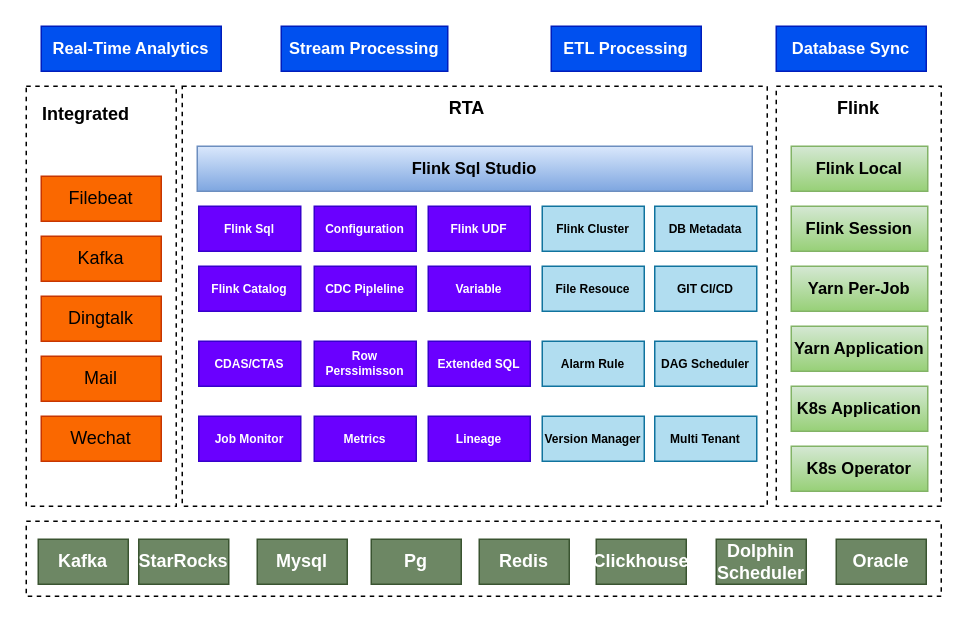
The draw.io diagram 云原生/流批一体大数据平台.drawio in Msimplehub/abbysun, before the edit. Source tidied: cells renumbered, new cells numbered last; positions are measured from the earlier drawing's top-left corner, leaving out a move shared by most shapes. Both pictures are drawn from the tidied source at 150%, with x=0, y=0 at pixel (26, 26).
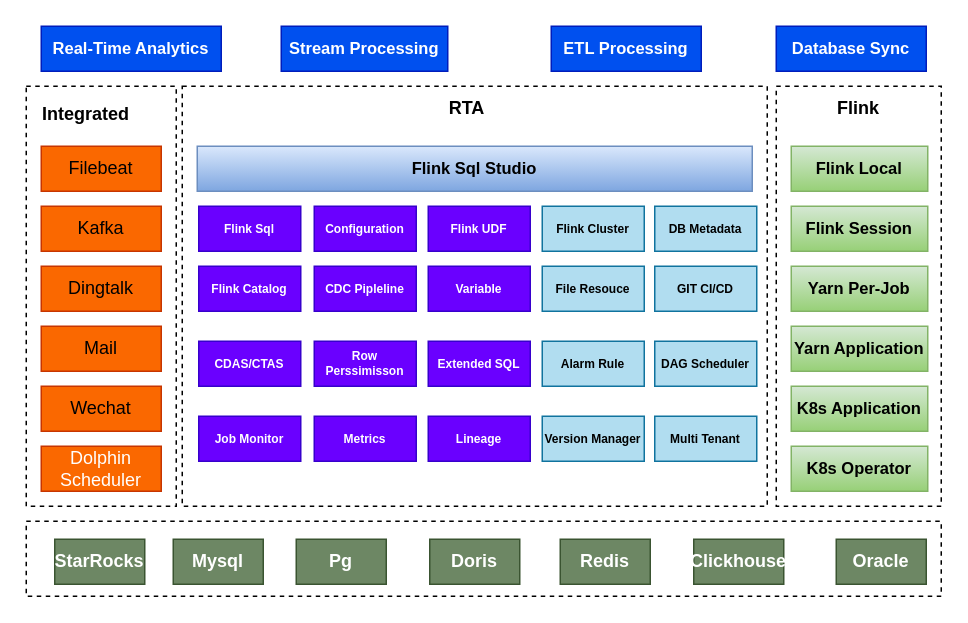
The same page after the edit.

Commit message:
更新流批一体大数据平台.drawio

What changed in the source:
```diff
@@
-    <mxCell id="38" value="Kafka" style="rounded=0;whiteSpace=wrap;html=1;fillColor=#6d8764;strokeColor=#3A5431;fontColor=#ffffff;fontStyle=1;" parent="1" vertex="1">
-      <mxGeometry x="8" y="342" width="60" height="30" as="geometry" />
-    </mxCell>
     <mxCell id="39" value="StarRocks" style="rounded=0;whiteSpace=wrap;html=1;fillColor=#6d8764;strokeColor=#3A5431;fontColor=#ffffff;fontStyle=1;" parent="1" vertex="1">
-      <mxGeometry x="75" y="342" width="60" height="30" as="geometry" />
+      <mxGeometry x="19" y="342" width="60" height="30" as="geometry" />
     </mxCell>
     <mxCell id="40" value="Mysql" style="rounded=0;whiteSpace=wrap;html=1;fillColor=#6d8764;strokeColor=#3A5431;fontColor=#ffffff;fontStyle=1;" parent="1" vertex="1">
-      <mxGeometry x="154" y="342" width="60" height="30" as="geometry" />
+      <mxGeometry x="98" y="342" width="60" height="30" as="geometry" />
     </mxCell>
     <mxCell id="41" value="Pg" style="rounded=0;whiteSpace=wrap;html=1;fillColor=#6d8764;strokeColor=#3A5431;fontColor=#ffffff;fontStyle=1;" parent="1" vertex="1">
-      <mxGeometry x="230" y="342" width="60" height="30" as="geometry" />
+      <mxGeometry x="180" y="342" width="60" height="30" as="geometry" />
     </mxCell>
     <mxCell id="42" value="Redis" style="rounded=0;whiteSpace=wrap;html=1;fillColor=#6d8764;strokeColor=#3A5431;fontColor=#ffffff;fontStyle=1;" parent="1" vertex="1">
-      <mxGeometry x="302" y="342" width="60" height="30" as="geometry" />
+      <mxGeometry x="356" y="342" width="60" height="30" as="geometry" />
     </mxCell>
     <mxCell id="43" value="Clickhouse" style="rounded=0;whiteSpace=wrap;html=1;fillColor=#6d8764;strokeColor=#3A5431;fontColor=#ffffff;fontStyle=1;" parent="1" vertex="1">
-      <mxGeometry x="380" y="342" width="60" height="30" as="geometry" />
+      <mxGeometry x="445" y="342" width="60" height="30" as="geometry" />
     </mxCell>
-    <mxCell id="44" value="Dolphin Scheduler" style="rounded=0;whiteSpace=wrap;html=1;fillColor=#6d8764;strokeColor=#3A5431;fontColor=#ffffff;fontStyle=1;" parent="1" vertex="1">
-      <mxGeometry x="460" y="342" width="60" height="30" as="geometry" />
-    </mxCell>
@@
     <mxCell id="47" value="Filebeat" style="rounded=0;whiteSpace=wrap;html=1;fillColor=#fa6800;fontColor=#000000;strokeColor=#C73500;" parent="1" vertex="1">
-      <mxGeometry x="10" y="100" width="80" height="30" as="geometry" />
+      <mxGeometry x="10" y="80" width="80" height="30" as="geometry" />
     </mxCell>
     <mxCell id="48" value="Kafka" style="rounded=0;whiteSpace=wrap;html=1;fillColor=#fa6800;fontColor=#000000;strokeColor=#C73500;" parent="1" vertex="1">
-      <mxGeometry x="10" y="140" width="80" height="30" as="geometry" />
+      <mxGeometry x="10" y="120" width="80" height="30" as="geometry" />
     </mxCell>
     <mxCell id="49" value="Dingtalk" style="rounded=0;whiteSpace=wrap;html=1;fillColor=#fa6800;fontColor=#000000;strokeColor=#C73500;" parent="1" vertex="1">
-      <mxGeometry x="10" y="180" width="80" height="30" as="geometry" />
+      <mxGeometry x="10" y="160" width="80" height="30" as="geometry" />
     </mxCell>
@@
     <mxCell id="51" value="Mail" style="rounded=0;whiteSpace=wrap;html=1;fillColor=#fa6800;fontColor=#000000;strokeColor=#C73500;" parent="1" vertex="1">
-      <mxGeometry x="10" y="220" width="80" height="30" as="geometry" />
+      <mxGeometry x="10" y="200" width="80" height="30" as="geometry" />
     </mxCell>
     <mxCell id="52" value="Wechat" style="rounded=0;whiteSpace=wrap;html=1;fillColor=#fa6800;fontColor=#000000;strokeColor=#C73500;" parent="1" vertex="1">
-      <mxGeometry x="10" y="260" width="80" height="30" as="geometry" />
+      <mxGeometry x="10" y="240" width="80" height="30" as="geometry" />
     </mxCell>
+    <mxCell id="44" value="&lt;span style=&quot;color: rgb(255, 255, 255);&quot;&gt;Dolphin Scheduler&lt;/span&gt;" style="rounded=0;whiteSpace=wrap;html=1;fillColor=#fa6800;fontColor=#000000;strokeColor=#C73500;" parent="1" vertex="1">
+      <mxGeometry x="10" y="280" width="80" height="30" as="geometry" />
+    </mxCell>
+    <mxCell id="53" value="Doris" style="rounded=0;whiteSpace=wrap;html=1;fillColor=#6d8764;strokeColor=#3A5431;fontColor=#ffffff;fontStyle=1;" parent="1" vertex="1">
+      <mxGeometry x="269" y="342" width="60" height="30" as="geometry" />
+    </mxCell>
```
